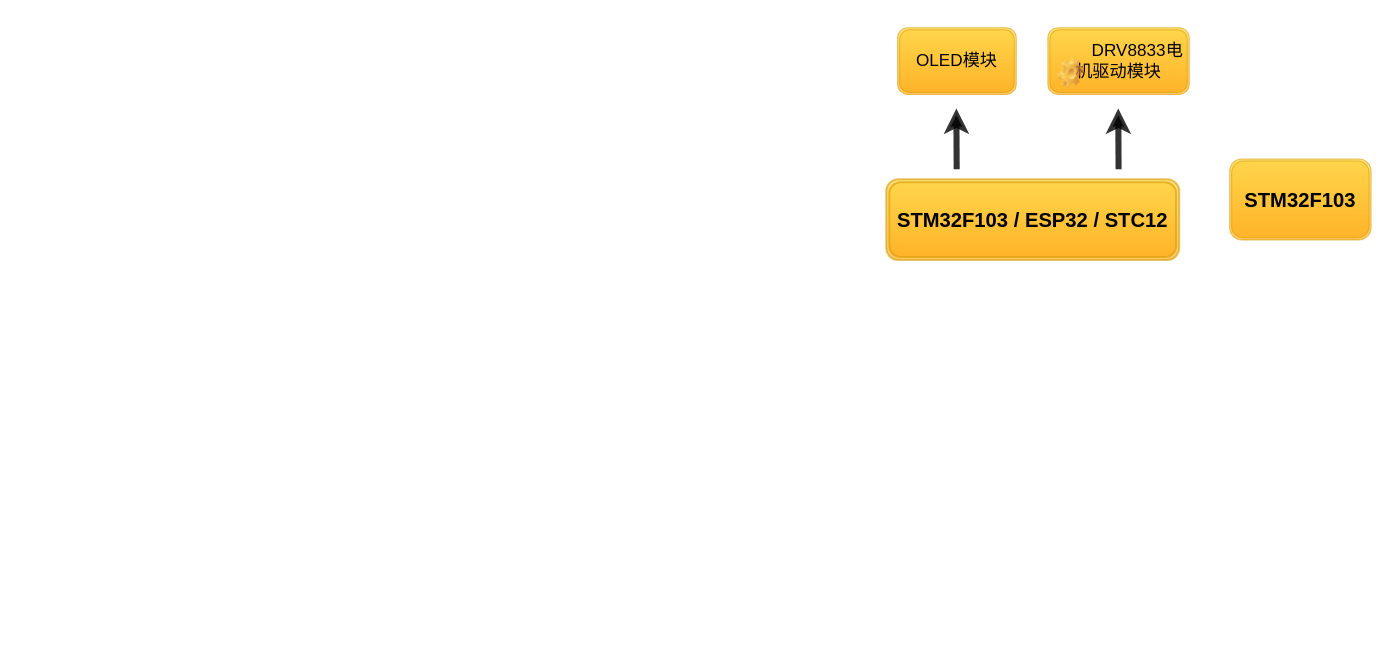
The draw.io diagram 未命名绘图.drawio in Hellolen/draw, before the edit. Source tidied: cells renumbered, new cells numbered last; positions are measured from the earlier drawing's top-left corner, leaving out a move shared by most shapes. Both pictures are drawn from the tidied source at 101%, with x=0, y=0 at pixel (886, 27).
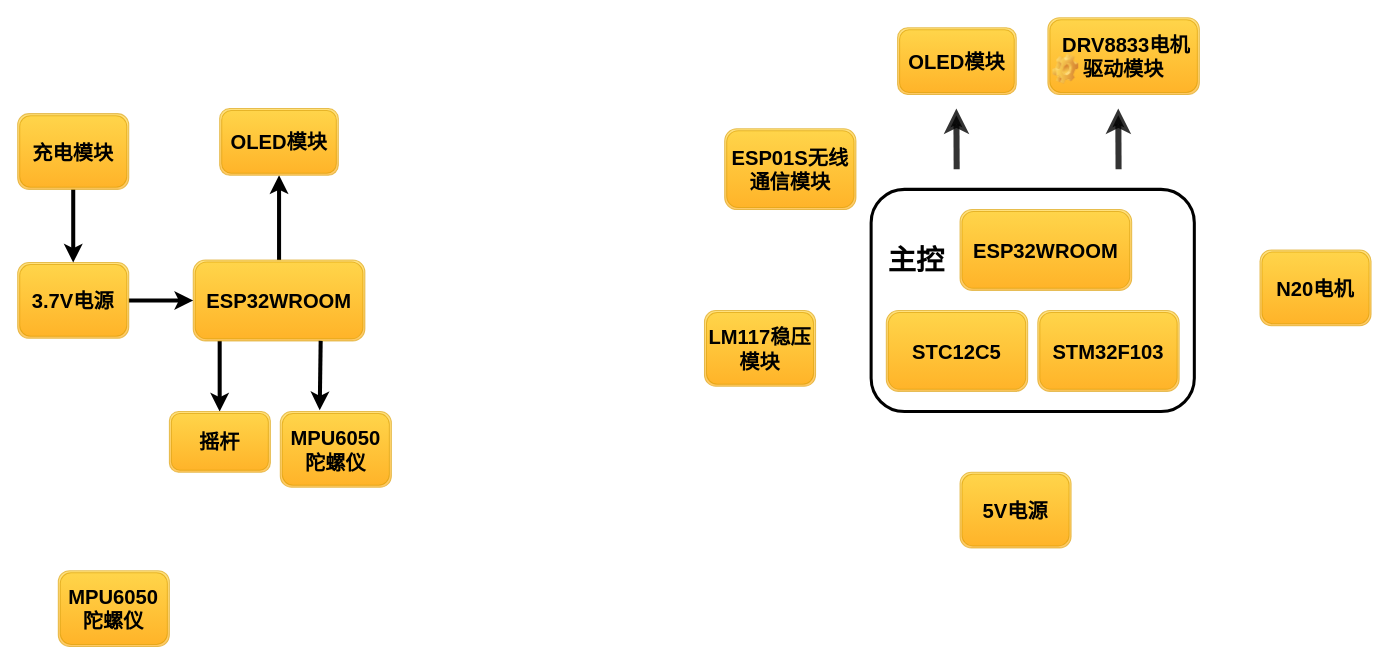
The same diagram, later.

Commit message:
遥控小车硬件设计.drawio

Diff of the diagram source:
```diff
@@
-    <mxCell id="2" value="&lt;span style=&quot;&quot;&gt;&lt;font style=&quot;font-size: 20px;&quot;&gt;&lt;b&gt;STM32F103 / ESP32 / STC12&lt;/b&gt;&lt;/font&gt;&lt;/span&gt;" style="shape=ext;double=1;rounded=1;whiteSpace=wrap;html=1;fillColor=#ffcd28;gradientColor=#ffa500;strokeColor=#d79b00;strokeWidth=2;perimeterSpacing=0;opacity=60;" parent="1" vertex="1">
-      <mxGeometry y="150" width="290" height="80" as="geometry" />
-    </mxCell>
-    <mxCell id="3" value="&lt;font style=&quot;font-size: 17px;&quot;&gt;OLED模块&lt;/font&gt;" style="shape=ext;double=1;rounded=1;whiteSpace=wrap;html=1;fillColor=#ffcd28;gradientColor=#ffa500;strokeColor=#d79b00;opacity=60;" parent="1" vertex="1">
+    <mxCell id="3" value="&lt;font style=&quot;font-size: 20px;&quot;&gt;&lt;b&gt;OLED模块&lt;/b&gt;&lt;/font&gt;" style="shape=ext;double=1;rounded=1;whiteSpace=wrap;html=1;fillColor=#ffcd28;gradientColor=#ffa500;strokeColor=#d79b00;opacity=60;" parent="1" vertex="1">
       <mxGeometry x="11.2" width="117.5" height="66" as="geometry" />
     </mxCell>
-    <mxCell id="4" value="&lt;font style=&quot;font-size: 17px;&quot;&gt;&lt;span style=&quot;white-space: pre;&quot;&gt;&#9;&lt;/span&gt;DRV8833电机驱动模块&lt;/font&gt;" style="shape=ext;double=1;rounded=1;whiteSpace=wrap;html=1;fillColor=#ffcd28;gradientColor=#ffa500;strokeColor=#d79b00;opacity=60;" parent="1" vertex="1">
-      <mxGeometry x="160" width="140" height="66" as="geometry" />
+    <mxCell id="4" value="&lt;font style=&quot;font-size: 20px;&quot;&gt;&lt;b&gt;&lt;span style=&quot;white-space: pre;&quot;&gt; &lt;/span&gt;DRV8833电机驱动模块&lt;/b&gt;&lt;/font&gt;" style="shape=ext;double=1;rounded=1;whiteSpace=wrap;html=1;fillColor=#ffcd28;gradientColor=#ffa500;strokeColor=#d79b00;opacity=60;" parent="1" vertex="1">
+      <mxGeometry x="160" y="-10" width="150" height="76" as="geometry" />
     </mxCell>
     <mxCell id="5" style="shape=image;html=1;verticalLabelPosition=bottom;verticalAlign=top;imageAspect=1;image=img/clipart/Gear_128x128.png;strokeWidth=0;opacity=70;" parent="1" vertex="1">
-      <mxGeometry x="170" y="30" width="25.6" height="30" as="geometry" />
+      <mxGeometry x="165" y="26" width="25.6" height="30" as="geometry" />
     </mxCell>
@@
+    <mxCell id="9" style="rounded=1;whiteSpace=wrap;html=1;strokeColor=default;align=center;verticalAlign=middle;fontFamily=Helvetica;fontSize=12;fontColor=default;fillColor=default;arcSize=15;strokeWidth=3;" parent="1" vertex="1">
+      <mxGeometry x="-15" y="160" width="320" height="220" as="geometry" />
+    </mxCell>
     <mxCell id="8" value="&lt;b style=&quot;font-size: 20px;&quot;&gt;STM32F103&lt;/b&gt;" style="shape=ext;double=1;rounded=1;whiteSpace=wrap;html=1;fillColor=#ffcd28;gradientColor=#ffa500;strokeColor=#d79b00;opacity=60;" parent="1" vertex="1">
-      <mxGeometry x="340" y="130" width="140" height="80" as="geometry" />
+      <mxGeometry x="150" y="280" width="140" height="80" as="geometry" />
     </mxCell>
+    <mxCell id="10" value="&lt;b style=&quot;font-size: 20px;&quot;&gt;STC12C5&lt;/b&gt;" style="shape=ext;double=1;rounded=1;whiteSpace=wrap;html=1;fillColor=#ffcd28;gradientColor=#ffa500;strokeColor=#d79b00;opacity=60;" parent="1" vertex="1">
+      <mxGeometry y="280" width="140" height="80" as="geometry" />
+    </mxCell>
+    <mxCell id="11" value="&lt;span style=&quot;font-size: 20px;&quot;&gt;&lt;span&gt;&lt;b&gt;ESP32WROOM&lt;/b&gt;&lt;/span&gt;&lt;/span&gt;" style="shape=ext;double=1;rounded=1;whiteSpace=wrap;html=1;fillColor=#ffcd28;gradientColor=#ffa500;strokeColor=#d79b00;opacity=60;" parent="1" vertex="1">
+      <mxGeometry x="73" y="180" width="170" height="80" as="geometry" />
+    </mxCell>
+    <mxCell id="12" value="&lt;b style=&quot;font-size: 20px;&quot;&gt;ESP01S无线通信模块&lt;/b&gt;" style="shape=ext;double=1;rounded=1;whiteSpace=wrap;html=1;fillColor=#ffcd28;gradientColor=#ffa500;strokeColor=#d79b00;opacity=60;" parent="1" vertex="1">
+      <mxGeometry x="-160" y="100" width="130" height="80" as="geometry" />
+    </mxCell>
+    <mxCell id="13" value="&lt;b style=&quot;font-size: 20px;&quot;&gt;LM117稳压模块&lt;/b&gt;" style="shape=ext;double=1;rounded=1;whiteSpace=wrap;html=1;fillColor=#ffcd28;gradientColor=#ffa500;strokeColor=#d79b00;opacity=60;" parent="1" vertex="1">
+      <mxGeometry x="-180" y="280" width="110" height="75" as="geometry" />
+    </mxCell>
+    <mxCell id="14" value="&lt;b style=&quot;font-size: 20px;&quot;&gt;N20电机&lt;/b&gt;" style="shape=ext;double=1;rounded=1;whiteSpace=wrap;html=1;fillColor=#ffcd28;gradientColor=#ffa500;strokeColor=#d79b00;opacity=60;" parent="1" vertex="1">
+      <mxGeometry x="370" y="220" width="110" height="75" as="geometry" />
+    </mxCell>
+    <mxCell id="15" value="&lt;font style=&quot;font-size: 28px;&quot;&gt;&lt;b style=&quot;&quot;&gt;主控&lt;/b&gt;&lt;/font&gt;" style="whiteSpace=wrap;html=1;rounded=1;strokeColor=none;align=center;verticalAlign=middle;fontFamily=Helvetica;fontSize=12;fontColor=default;fillColor=default;" parent="1" vertex="1">
+      <mxGeometry y="200" width="60" height="60" as="geometry" />
+    </mxCell>
+    <mxCell id="16" value="&lt;span style=&quot;font-size: 20px;&quot;&gt;&lt;b&gt;5V电源&lt;/b&gt;&lt;/span&gt;" style="shape=ext;double=1;rounded=1;whiteSpace=wrap;html=1;fillColor=#ffcd28;gradientColor=#ffa500;strokeColor=#d79b00;opacity=60;" parent="1" vertex="1">
+      <mxGeometry x="73" y="440" width="110" height="75" as="geometry" />
+    </mxCell>
+    <mxCell id="17" style="edgeStyle=orthogonalEdgeStyle;rounded=0;jettySize=auto;html=1;fontFamily=Helvetica;fontSize=12;fontColor=default;strokeWidth=4;" parent="1" edge="1" source="19" target="23">
+      <mxGeometry relative="1" as="geometry">
+        <Array as="points">
+          <mxPoint x="-660" y="330" />
+          <mxPoint x="-660" y="330" />
+        </Array>
+      </mxGeometry>
+    </mxCell>
+    <mxCell id="18" style="edgeStyle=orthogonalEdgeStyle;rounded=0;jettySize=auto;html=1;fontFamily=Helvetica;fontSize=12;fontColor=default;strokeWidth=4;" parent="1" edge="1" source="19" target="20">
+      <mxGeometry relative="1" as="geometry" />
+    </mxCell>
+    <mxCell id="19" value="&lt;span style=&quot;font-size: 20px;&quot;&gt;&lt;span&gt;&lt;b&gt;ESP32WROOM&lt;/b&gt;&lt;/span&gt;&lt;/span&gt;" style="shape=ext;double=1;rounded=1;whiteSpace=wrap;html=1;fillColor=#ffcd28;gradientColor=#ffa500;strokeColor=#d79b00;opacity=60;points=[[0,0,0,0,0],[0,0.25,0,0,0],[0,0.5,0,0,0],[0,0.75,0,0,0],[0,1,0,0,0],[0.11,1,0,0,0],[0.25,0,0,0,0],[0.25,1,0,0,0],[0.5,0,0,0,0],[0.5,1,0,0,0],[0.75,0,0,0,0],[0.75,1,0,0,0],[1,0,0,0,0],[1,0.25,0,0,0],[1,0.5,0,0,0],[1,0.75,0,0,0],[1,1,0,0,0]];" parent="1" vertex="1">
+      <mxGeometry x="-686.2" y="230" width="170" height="80" as="geometry" />
+    </mxCell>
+    <mxCell id="20" value="&lt;font style=&quot;font-size: 20px;&quot;&gt;&lt;b&gt;OLED模块&lt;/b&gt;&lt;/font&gt;" style="shape=ext;double=1;rounded=1;whiteSpace=wrap;html=1;fillColor=#ffcd28;gradientColor=#ffa500;strokeColor=#d79b00;opacity=60;" parent="1" vertex="1">
+      <mxGeometry x="-660" y="80" width="117.5" height="66" as="geometry" />
+    </mxCell>
+    <mxCell id="21" style="edgeStyle=orthogonalEdgeStyle;rounded=0;jettySize=auto;html=1;fontFamily=Helvetica;fontSize=12;fontColor=default;strokeWidth=4;" parent="1" edge="1" source="22" target="19">
+      <mxGeometry relative="1" as="geometry" />
+    </mxCell>
+    <mxCell id="22" value="&lt;span style=&quot;font-size: 20px;&quot;&gt;&lt;b&gt;3.7V电源&lt;/b&gt;&lt;/span&gt;" style="shape=ext;double=1;rounded=1;whiteSpace=wrap;html=1;fillColor=#ffcd28;gradientColor=#ffa500;strokeColor=#d79b00;opacity=60;" parent="1" vertex="1">
+      <mxGeometry x="-860" y="232.5" width="110" height="75" as="geometry" />
+    </mxCell>
+    <mxCell id="23" value="&lt;span style=&quot;font-size: 20px;&quot;&gt;&lt;b&gt;摇杆&lt;/b&gt;&lt;/span&gt;" style="shape=ext;double=1;rounded=1;whiteSpace=wrap;html=1;fillColor=#ffcd28;gradientColor=#ffa500;strokeColor=#d79b00;opacity=60;" parent="1" vertex="1">
+      <mxGeometry x="-709.8" y="380" width="100" height="60" as="geometry" />
+    </mxCell>
+    <mxCell id="24" value="&lt;font style=&quot;font-size: 20px;&quot;&gt;&lt;b&gt;&lt;b&gt;MPU6050&lt;/b&gt;陀螺仪&lt;/b&gt;&lt;/font&gt;" style="shape=ext;double=1;rounded=1;whiteSpace=wrap;html=1;fillColor=#ffcd28;gradientColor=#ffa500;strokeColor=#d79b00;opacity=60;" parent="1" vertex="1">
+      <mxGeometry x="-600" y="380" width="110" height="75" as="geometry" />
+    </mxCell>
+    <mxCell id="25" style="edgeStyle=orthogonalEdgeStyle;rounded=0;jettySize=auto;html=1;fontFamily=Helvetica;fontSize=12;fontColor=default;strokeWidth=4;" parent="1" edge="1" source="26" target="22">
+      <mxGeometry relative="1" as="geometry" />
+    </mxCell>
+    <mxCell id="26" value="&lt;span style=&quot;font-size: 20px;&quot;&gt;&lt;b&gt;充电模块&lt;/b&gt;&lt;/span&gt;" style="shape=ext;double=1;rounded=1;whiteSpace=wrap;html=1;fillColor=#ffcd28;gradientColor=#ffa500;strokeColor=#d79b00;opacity=60;" parent="1" vertex="1">
+      <mxGeometry x="-860" y="85" width="110" height="75" as="geometry" />
+    </mxCell>
+    <mxCell id="27" value="&lt;font style=&quot;font-size: 20px;&quot;&gt;&lt;b&gt;&lt;b&gt;MPU6050&lt;/b&gt;陀螺仪&lt;/b&gt;&lt;/font&gt;" style="shape=ext;double=1;rounded=1;whiteSpace=wrap;html=1;fillColor=#ffcd28;gradientColor=#ffa500;strokeColor=#d79b00;opacity=60;" parent="1" vertex="1">
+      <mxGeometry x="-819.8" y="537.5" width="110" height="75" as="geometry" />
+    </mxCell>
+    <mxCell id="28" style="endArrow=classic;html=1;rounded=0;fontFamily=Helvetica;fontSize=12;fontColor=default;entryX=0.355;entryY=-0.016;entryDx=0;entryDy=0;entryPerimeter=0;strokeWidth=4;" parent="1" edge="1" target="24">
+      <mxGeometry relative="1" as="geometry">
+        <mxPoint x="-560" y="310" as="sourcePoint" />
+      </mxGeometry>
+    </mxCell>
```
